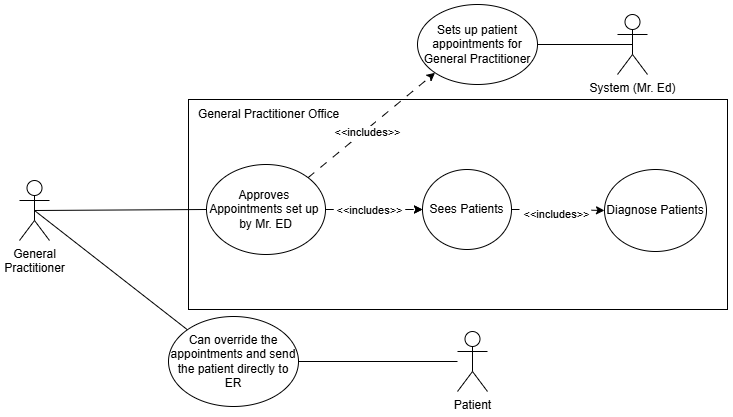
Earlier version of the draw.io export AmirWork/M3/General_Practitioner_UseCaseDiagram.drawio.png (SENG-350-2024-fall/Team9). Source tidied: cells renumbered, new cells last; positions are measured from the earlier drawing's top-left corner, leaving out a move shared by most shapes. Its diagram source:
```xml
<mxGraphModel background="#FFFFFF">
  <root>
    <mxCell id="0" />
    <mxCell id="1" parent="0" />
    <mxCell id="2" style="rounded=0;whiteSpace=wrap;html=1;" parent="1" vertex="1">
      <mxGeometry x="169" y="95" width="539" height="210" as="geometry" />
    </mxCell>
    <mxCell id="3" style="rounded=0;jettySize=auto;html=1;exitX=0.5;exitY=0.5;exitDx=0;exitDy=0;exitPerimeter=0;entryX=0;entryY=0.5;entryDx=0;entryDy=0;endArrow=none;endFill=0;" parent="1" edge="1" source="5" target="13">
      <mxGeometry relative="1" as="geometry" />
    </mxCell>
    <mxCell id="4" style="rounded=0;jettySize=auto;html=1;exitX=0.5;exitY=0.5;exitDx=0;exitDy=0;exitPerimeter=0;entryX=0;entryY=0;entryDx=0;entryDy=0;endArrow=none;endFill=0;" parent="1" edge="1" source="5" target="10">
      <mxGeometry relative="1" as="geometry" />
    </mxCell>
    <mxCell id="5" value="General&lt;div&gt;Practitioner&lt;/div&gt;" style="shape=umlActor;verticalLabelPosition=bottom;verticalAlign=top;html=1;outlineConnect=0;" parent="1" vertex="1">
      <mxGeometry y="176" width="30" height="60" as="geometry" />
    </mxCell>
    <mxCell id="6" value="Patient" style="shape=umlActor;verticalLabelPosition=bottom;verticalAlign=top;html=1;outlineConnect=0;" parent="1" vertex="1">
      <mxGeometry x="438" y="327" width="30" height="60" as="geometry" />
    </mxCell>
    <mxCell id="7" value="Sees Patients" style="ellipse;whiteSpace=wrap;html=1;" parent="1" vertex="1">
      <mxGeometry x="403" y="165" width="89" height="80" as="geometry" />
    </mxCell>
    <mxCell id="8" value="Diagnose Patients" style="ellipse;whiteSpace=wrap;html=1;" parent="1" vertex="1">
      <mxGeometry x="585" y="165" width="102" height="82" as="geometry" />
    </mxCell>
    <mxCell id="9" style="edgeStyle=orthogonalEdgeStyle;rounded=0;jettySize=auto;html=1;exitX=1;exitY=0.5;exitDx=0;exitDy=0;endArrow=none;endFill=0;" parent="1" edge="1" source="10" target="6">
      <mxGeometry relative="1" as="geometry" />
    </mxCell>
    <mxCell id="10" value="Can override the appointments and send the patient directly to ER" style="ellipse;whiteSpace=wrap;html=1;" parent="1" vertex="1">
      <mxGeometry x="149" y="312" width="130" height="90" as="geometry" />
    </mxCell>
    <mxCell id="11" style="edgeStyle=orthogonalEdgeStyle;rounded=0;jettySize=auto;html=1;exitX=1;exitY=0.5;exitDx=0;exitDy=0;entryX=0;entryY=0.5;entryDx=0;entryDy=0;startArrow=none;startFill=0;endArrow=classic;endFill=1;dashed=1;dashPattern=8 8;" parent="1" edge="1" source="13" target="7">
      <mxGeometry relative="1" as="geometry" />
    </mxCell>
    <mxCell id="12" value="&amp;lt;&amp;lt;includes&amp;gt;&amp;gt;" style="edgeLabel;html=1;align=center;verticalAlign=middle;" parent="11" vertex="1">
      <mxGeometry x="-0.01" y="-2" relative="1" as="geometry">
        <mxPoint x="-5" y="-2" as="offset" />
      </mxGeometry>
    </mxCell>
    <mxCell id="13" value="&lt;div&gt;&lt;span style=&quot;background-color: initial;&quot;&gt;Approves&amp;nbsp;&lt;/span&gt;&lt;/div&gt;&lt;div&gt;Appointments set up&amp;nbsp;&lt;/div&gt;&lt;div&gt;by Mr. ED&lt;/div&gt;" style="ellipse;whiteSpace=wrap;html=1;" parent="1" vertex="1">
      <mxGeometry x="187" y="160" width="119" height="90" as="geometry" />
    </mxCell>
    <mxCell id="14" value="Sets up patient appointments for General Practitioner" style="ellipse;whiteSpace=wrap;html=1;" parent="1" vertex="1">
      <mxGeometry x="398" width="120" height="80" as="geometry" />
    </mxCell>
    <mxCell id="15" style="rounded=0;jettySize=auto;html=1;exitX=0.5;exitY=0.5;exitDx=0;exitDy=0;exitPerimeter=0;entryX=1;entryY=0.5;entryDx=0;entryDy=0;endArrow=none;endFill=0;" parent="1" edge="1" source="16" target="14">
      <mxGeometry relative="1" as="geometry" />
    </mxCell>
    <mxCell id="16" value="System (Mr. Ed)" style="shape=umlActor;verticalLabelPosition=bottom;verticalAlign=top;html=1;outlineConnect=0;" parent="1" vertex="1">
      <mxGeometry x="598" y="10" width="30" height="60" as="geometry" />
    </mxCell>
    <mxCell id="17" value="General Practitioner Office" style="text;html=1;align=center;verticalAlign=middle;whiteSpace=wrap;rounded=0;" parent="1" vertex="1">
      <mxGeometry x="162" y="95" width="175" height="30" as="geometry" />
    </mxCell>
    <mxCell id="18" style="edgeStyle=orthogonalEdgeStyle;rounded=0;orthogonalLoop=1;jettySize=auto;html=1;exitX=1;exitY=0.5;exitDx=0;exitDy=0;entryX=0;entryY=0.5;entryDx=0;entryDy=0;startArrow=none;startFill=0;endArrow=classic;endFill=1;dashed=1;dashPattern=8 8;" parent="1" edge="1">
      <mxGeometry relative="1" as="geometry">
        <mxPoint x="306" y="205" as="sourcePoint" />
        <mxPoint x="403" y="205" as="targetPoint" />
      </mxGeometry>
    </mxCell>
    <mxCell id="19" value="&amp;lt;&amp;lt;includes&amp;gt;&amp;gt;" style="edgeLabel;html=1;align=center;verticalAlign=middle;" parent="18" vertex="1">
      <mxGeometry x="-0.01" y="-2" relative="1" as="geometry">
        <mxPoint x="-5" y="-2" as="offset" />
      </mxGeometry>
    </mxCell>
    <mxCell id="20" style="edgeStyle=orthogonalEdgeStyle;rounded=0;jettySize=auto;html=1;exitX=1;exitY=0.5;exitDx=0;exitDy=0;entryX=0;entryY=0.5;entryDx=0;entryDy=0;startArrow=none;startFill=0;endArrow=classic;endFill=1;dashed=1;dashPattern=8 8;" parent="1" edge="1" source="7" target="8">
      <mxGeometry relative="1" as="geometry" />
    </mxCell>
    <mxCell id="21" value="&amp;lt;&amp;lt;includes&amp;gt;&amp;gt;" style="edgeLabel;html=1;align=center;verticalAlign=middle;" parent="20" vertex="1">
      <mxGeometry x="-0.01" y="-2" relative="1" as="geometry">
        <mxPoint x="-2" y="1" as="offset" />
      </mxGeometry>
    </mxCell>
    <mxCell id="22" style="rounded=0;jettySize=auto;html=1;exitX=1;exitY=0;exitDx=0;exitDy=0;entryX=0;entryY=1;entryDx=0;entryDy=0;startArrow=none;startFill=0;endArrow=classic;endFill=1;dashed=1;dashPattern=8 8;" parent="1" edge="1" source="13" target="14">
      <mxGeometry relative="1" as="geometry" />
    </mxCell>
    <mxCell id="23" value="&amp;lt;&amp;lt;includes&amp;gt;&amp;gt;" style="edgeLabel;html=1;align=center;verticalAlign=middle;" parent="22" vertex="1">
      <mxGeometry x="-0.01" y="-2" relative="1" as="geometry">
        <mxPoint x="-5" y="4" as="offset" />
      </mxGeometry>
    </mxCell>
  </root>
</mxGraphModel>
```
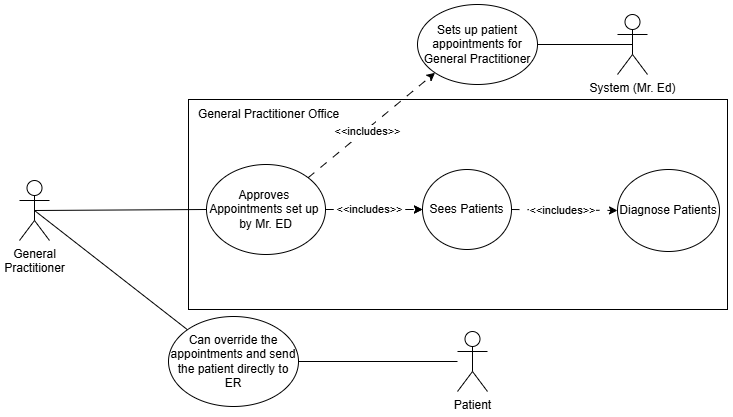
After the commit.

Change to the diagram source:
```diff
@@ -21,7 +21,7 @@
       <mxGeometry x="403" y="165" width="89" height="80" as="geometry" />
     </mxCell>
     <mxCell id="8" value="Diagnose Patients" style="ellipse;whiteSpace=wrap;html=1;" parent="1" vertex="1">
-      <mxGeometry x="585" y="165" width="102" height="82" as="geometry" />
+      <mxGeometry x="598" y="165" width="102" height="82" as="geometry" />
     </mxCell>
     <mxCell id="9" style="edgeStyle=orthogonalEdgeStyle;rounded=0;jettySize=auto;html=1;exitX=1;exitY=0.5;exitDx=0;exitDy=0;endArrow=none;endFill=0;" parent="1" edge="1" source="10" target="6">
       <mxGeometry relative="1" as="geometry" />
@@ -63,12 +63,12 @@
         <mxPoint x="-5" y="-2" as="offset" />
       </mxGeometry>
     </mxCell>
-    <mxCell id="20" style="edgeStyle=orthogonalEdgeStyle;rounded=0;jettySize=auto;html=1;exitX=1;exitY=0.5;exitDx=0;exitDy=0;entryX=0;entryY=0.5;entryDx=0;entryDy=0;startArrow=none;startFill=0;endArrow=classic;endFill=1;dashed=1;dashPattern=8 8;" parent="1" edge="1" source="7" target="8">
+    <mxCell id="20" style="rounded=0;jettySize=auto;html=1;exitX=1;exitY=0.5;exitDx=0;exitDy=0;entryX=0;entryY=0.5;entryDx=0;entryDy=0;startArrow=none;startFill=0;endArrow=classic;endFill=1;dashed=1;dashPattern=8 8;" parent="1" edge="1" source="7" target="8">
       <mxGeometry relative="1" as="geometry" />
     </mxCell>
     <mxCell id="21" value="&amp;lt;&amp;lt;includes&amp;gt;&amp;gt;" style="edgeLabel;html=1;align=center;verticalAlign=middle;" parent="20" vertex="1">
       <mxGeometry x="-0.01" y="-2" relative="1" as="geometry">
-        <mxPoint x="-2" y="1" as="offset" />
+        <mxPoint x="-2" y="-2" as="offset" />
       </mxGeometry>
     </mxCell>
     <mxCell id="22" style="rounded=0;jettySize=auto;html=1;exitX=1;exitY=0;exitDx=0;exitDy=0;entryX=0;entryY=1;entryDx=0;entryDy=0;startArrow=none;startFill=0;endArrow=classic;endFill=1;dashed=1;dashPattern=8 8;" parent="1" edge="1" source="13" target="14">
```
